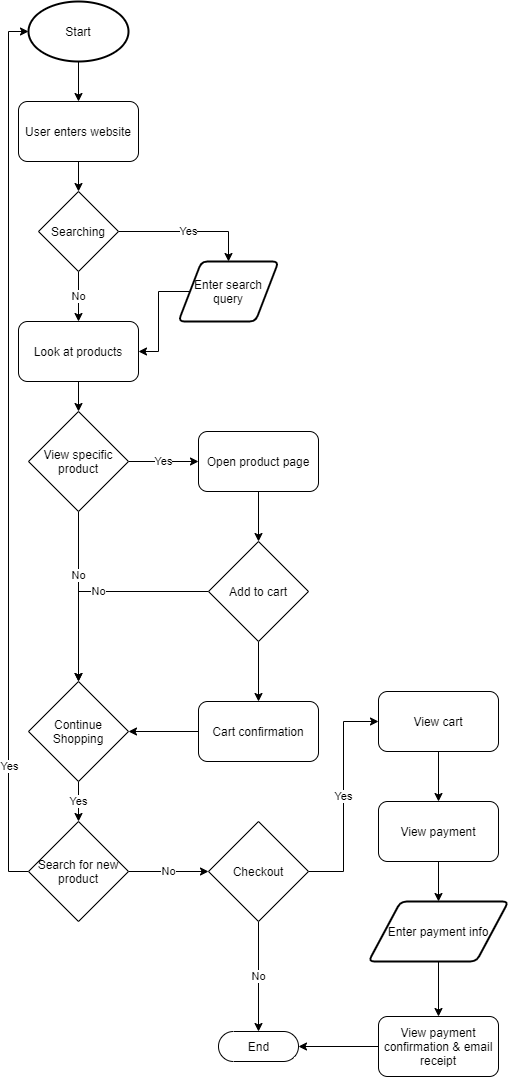
Before: part2/part2.drawio.png, a diagram exported from draw.io (bkwong315/sp21-cse110-lab4). Source tidied: cells renumbered, new cells last; positions are measured from the earlier drawing's top-left corner, leaving out a move shared by most shapes.
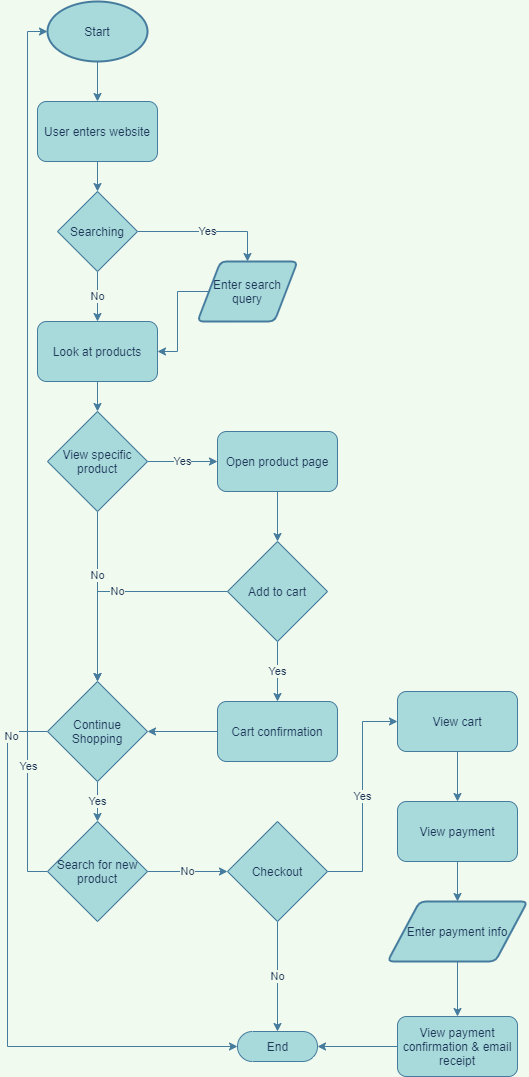
The same diagram one commit later.

The edit, as a diff of the source:
```diff
@@ -1,82 +1,93 @@
-<mxGraphModel>
+<mxGraphModel background="#F1FAEE">
   <root>
     <mxCell id="0" />
     <mxCell id="1" parent="0" />
-    <mxCell id="2" style="edgeStyle=orthogonalEdgeStyle;rounded=0;jettySize=auto;html=1;" parent="1" edge="1" source="3" target="5">
+    <mxCell id="2" style="edgeStyle=orthogonalEdgeStyle;rounded=0;jettySize=auto;html=1;labelBackgroundColor=#F1FAEE;strokeColor=#457B9D;fontColor=#1D3557;" parent="1" edge="1" source="3" target="5">
       <mxGeometry relative="1" as="geometry" />
     </mxCell>
-    <mxCell id="3" value="Start" style="strokeWidth=2;html=1;shape=mxgraph.flowchart.start_1;whiteSpace=wrap;" parent="1" vertex="1">
+    <mxCell id="3" value="Start" style="strokeWidth=2;html=1;shape=mxgraph.flowchart.start_1;whiteSpace=wrap;fillColor=#A8DADC;strokeColor=#457B9D;fontColor=#1D3557;" parent="1" vertex="1">
       <mxGeometry x="20" width="100" height="60" as="geometry" />
     </mxCell>
-    <mxCell id="4" style="edgeStyle=orthogonalEdgeStyle;rounded=0;jettySize=auto;html=1;" parent="1" edge="1" source="5" target="8">
+    <mxCell id="4" style="edgeStyle=orthogonalEdgeStyle;rounded=0;jettySize=auto;html=1;labelBackgroundColor=#F1FAEE;strokeColor=#457B9D;fontColor=#1D3557;" parent="1" edge="1" source="5" target="8">
       <mxGeometry relative="1" as="geometry" />
     </mxCell>
-    <mxCell id="5" value="User enters website" style="rounded=1;whiteSpace=wrap;html=1;" parent="1" vertex="1">
+    <mxCell id="5" value="User enters website" style="rounded=1;whiteSpace=wrap;html=1;fillColor=#A8DADC;strokeColor=#457B9D;fontColor=#1D3557;" parent="1" vertex="1">
       <mxGeometry x="10" y="100" width="120" height="60" as="geometry" />
     </mxCell>
-    <mxCell id="6" value="Yes" style="edgeStyle=orthogonalEdgeStyle;rounded=0;jettySize=auto;html=1;entryX=0.5;entryY=0;entryDx=0;entryDy=0;" parent="1" edge="1" source="8" target="10">
+    <mxCell id="6" value="Yes" style="edgeStyle=orthogonalEdgeStyle;rounded=0;jettySize=auto;html=1;entryX=0.5;entryY=0;entryDx=0;entryDy=0;labelBackgroundColor=#F1FAEE;strokeColor=#457B9D;fontColor=#1D3557;" parent="1" edge="1" source="8" target="10">
       <mxGeometry relative="1" as="geometry" />
     </mxCell>
-    <mxCell id="7" value="No" style="edgeStyle=orthogonalEdgeStyle;rounded=0;jettySize=auto;html=1;" parent="1" edge="1" source="8" target="12">
+    <mxCell id="7" value="No" style="edgeStyle=orthogonalEdgeStyle;rounded=0;jettySize=auto;html=1;labelBackgroundColor=#F1FAEE;strokeColor=#457B9D;fontColor=#1D3557;" parent="1" edge="1" source="8" target="12">
       <mxGeometry relative="1" as="geometry" />
     </mxCell>
-    <mxCell id="8" value="Searching" style="rhombus;whiteSpace=wrap;html=1;" parent="1" vertex="1">
+    <mxCell id="8" value="Searching" style="rhombus;whiteSpace=wrap;html=1;fillColor=#A8DADC;strokeColor=#457B9D;fontColor=#1D3557;" parent="1" vertex="1">
       <mxGeometry x="30" y="190" width="80" height="80" as="geometry" />
     </mxCell>
-    <mxCell id="9" style="edgeStyle=orthogonalEdgeStyle;rounded=0;jettySize=auto;html=1;entryX=1;entryY=0.5;entryDx=0;entryDy=0;" parent="1" edge="1" source="10" target="12">
+    <mxCell id="9" style="edgeStyle=orthogonalEdgeStyle;rounded=0;jettySize=auto;html=1;entryX=1;entryY=0.5;entryDx=0;entryDy=0;labelBackgroundColor=#F1FAEE;strokeColor=#457B9D;fontColor=#1D3557;" parent="1" edge="1" source="10" target="12">
       <mxGeometry relative="1" as="geometry" />
     </mxCell>
-    <mxCell id="10" value="Enter search query" style="shape=parallelogram;html=1;strokeWidth=2;perimeter=parallelogramPerimeter;whiteSpace=wrap;rounded=1;arcSize=12;size=0.23;" parent="1" vertex="1">
+    <mxCell id="10" value="Enter search query" style="shape=parallelogram;html=1;strokeWidth=2;perimeter=parallelogramPerimeter;whiteSpace=wrap;rounded=1;arcSize=12;size=0.23;fillColor=#A8DADC;strokeColor=#457B9D;fontColor=#1D3557;" parent="1" vertex="1">
       <mxGeometry x="170" y="260" width="100" height="60" as="geometry" />
     </mxCell>
-    <mxCell id="11" style="edgeStyle=orthogonalEdgeStyle;rounded=0;jettySize=auto;html=1;" parent="1" edge="1" source="12" target="16">
+    <mxCell id="11" style="edgeStyle=orthogonalEdgeStyle;rounded=0;jettySize=auto;html=1;labelBackgroundColor=#F1FAEE;strokeColor=#457B9D;fontColor=#1D3557;" parent="1" edge="1" source="12" target="16">
       <mxGeometry relative="1" as="geometry" />
     </mxCell>
-    <mxCell id="12" value="Look at products" style="rounded=1;whiteSpace=wrap;html=1;" parent="1" vertex="1">
+    <mxCell id="12" value="Look at products" style="rounded=1;whiteSpace=wrap;html=1;fillColor=#A8DADC;strokeColor=#457B9D;fontColor=#1D3557;" parent="1" vertex="1">
       <mxGeometry x="10" y="320" width="120" height="60" as="geometry" />
     </mxCell>
-    <mxCell id="13" value="Yes" style="edgeStyle=orthogonalEdgeStyle;rounded=0;jettySize=auto;html=1;" parent="1" edge="1" source="16">
+    <mxCell id="13" value="Yes" style="edgeStyle=orthogonalEdgeStyle;rounded=0;jettySize=auto;html=1;labelBackgroundColor=#F1FAEE;strokeColor=#457B9D;fontColor=#1D3557;" parent="1" edge="1" source="16">
       <mxGeometry relative="1" as="geometry">
         <mxPoint x="190" y="460" as="targetPoint" />
       </mxGeometry>
     </mxCell>
-    <mxCell id="14" style="edgeStyle=orthogonalEdgeStyle;rounded=0;jettySize=auto;html=1;" parent="1" edge="1" source="16" target="23">
+    <mxCell id="14" style="edgeStyle=orthogonalEdgeStyle;rounded=0;jettySize=auto;html=1;labelBackgroundColor=#F1FAEE;strokeColor=#457B9D;fontColor=#1D3557;" parent="1" edge="1" source="16" target="23">
       <mxGeometry relative="1" as="geometry" />
     </mxCell>
-    <mxCell id="15" value="No" style="edgeLabel;html=1;align=center;verticalAlign=middle;" parent="14" vertex="1">
+    <mxCell id="15" value="No" style="edgeLabel;html=1;align=center;verticalAlign=middle;labelBackgroundColor=#F1FAEE;fontColor=#1D3557;" parent="14" vertex="1">
       <mxGeometry x="-0.26" y="-1" relative="1" as="geometry" />
     </mxCell>
-    <mxCell id="16" value="View specific product" style="rhombus;whiteSpace=wrap;html=1;" parent="1" vertex="1">
+    <mxCell id="16" value="View specific product" style="rhombus;whiteSpace=wrap;html=1;fillColor=#A8DADC;strokeColor=#457B9D;fontColor=#1D3557;" parent="1" vertex="1">
       <mxGeometry x="20" y="410" width="100" height="100" as="geometry" />
     </mxCell>
-    <mxCell id="17" style="edgeStyle=orthogonalEdgeStyle;rounded=0;jettySize=auto;html=1;" parent="1" edge="1" source="18" target="21">
+    <mxCell id="17" style="edgeStyle=orthogonalEdgeStyle;rounded=0;jettySize=auto;html=1;labelBackgroundColor=#F1FAEE;strokeColor=#457B9D;fontColor=#1D3557;" parent="1" edge="1" source="18" target="21">
       <mxGeometry relative="1" as="geometry" />
     </mxCell>
-    <mxCell id="18" value="Open product page" style="rounded=1;whiteSpace=wrap;html=1;" parent="1" vertex="1">
+    <mxCell id="18" value="Open product page" style="rounded=1;whiteSpace=wrap;html=1;fillColor=#A8DADC;strokeColor=#457B9D;fontColor=#1D3557;" parent="1" vertex="1">
       <mxGeometry x="190" y="430" width="120" height="60" as="geometry" />
     </mxCell>
-    <mxCell id="19" value="No" style="edgeStyle=orthogonalEdgeStyle;rounded=0;jettySize=auto;html=1;entryX=0.5;entryY=0;entryDx=0;entryDy=0;" parent="1" edge="1" source="21" target="23">
+    <mxCell id="19" value="No" style="edgeStyle=orthogonalEdgeStyle;rounded=0;jettySize=auto;html=1;entryX=0.5;entryY=0;entryDx=0;entryDy=0;labelBackgroundColor=#F1FAEE;strokeColor=#457B9D;fontColor=#1D3557;" parent="1" edge="1" source="21" target="23">
       <mxGeometry relative="1" as="geometry" />
     </mxCell>
-    <mxCell id="20" style="edgeStyle=orthogonalEdgeStyle;rounded=0;jettySize=auto;html=1;entryX=0.5;entryY=0;entryDx=0;entryDy=0;" parent="1" edge="1" source="21" target="25">
+    <mxCell id="20" value="Yes" style="edgeStyle=orthogonalEdgeStyle;rounded=0;jettySize=auto;html=1;entryX=0.5;entryY=0;entryDx=0;entryDy=0;labelBackgroundColor=#F1FAEE;strokeColor=#457B9D;fontColor=#1D3557;" parent="1" edge="1" source="21" target="25">
       <mxGeometry relative="1" as="geometry" />
     </mxCell>
-    <mxCell id="21" value="Add to cart" style="rhombus;whiteSpace=wrap;html=1;" parent="1" vertex="1">
+    <mxCell id="21" value="Add to cart" style="rhombus;whiteSpace=wrap;html=1;fillColor=#A8DADC;strokeColor=#457B9D;fontColor=#1D3557;" parent="1" vertex="1">
       <mxGeometry x="200" y="540" width="100" height="100" as="geometry" />
     </mxCell>
-    <mxCell id="22" value="Yes" style="edgeStyle=orthogonalEdgeStyle;rounded=0;jettySize=auto;html=1;entryX=0.5;entryY=0;entryDx=0;entryDy=0;" parent="1" edge="1" source="23" target="29">
+    <mxCell id="22" value="Yes" style="edgeStyle=orthogonalEdgeStyle;rounded=0;jettySize=auto;html=1;entryX=0.5;entryY=0;entryDx=0;entryDy=0;labelBackgroundColor=#F1FAEE;strokeColor=#457B9D;fontColor=#1D3557;" parent="1" edge="1" source="23" target="29">
       <mxGeometry relative="1" as="geometry" />
     </mxCell>
+    <mxCell id="42" style="edgeStyle=orthogonalEdgeStyle;rounded=0;jettySize=auto;html=1;exitX=0;exitY=0.5;exitDx=0;exitDy=0;entryX=0;entryY=0.5;entryDx=0;entryDy=0;entryPerimeter=0;labelBackgroundColor=#F1FAEE;strokeColor=#457B9D;fontColor=#1D3557;" parent="1" edge="1" source="23" target="30">
+      <mxGeometry relative="1" as="geometry">
+        <Array as="points">
+          <mxPoint x="-20" y="730" />
+          <mxPoint x="-20" y="1045" />
+        </Array>
+      </mxGeometry>
+    </mxCell>
+    <mxCell id="43" value="No" style="edgeLabel;html=1;align=center;verticalAlign=middle;labelBackgroundColor=#F1FAEE;fontColor=#1D3557;" parent="42" vertex="1">
+      <mxGeometry x="-0.85" y="3" relative="1" as="geometry" />
+    </mxCell>
-    <mxCell id="23" value="Continue Shopping" style="rhombus;whiteSpace=wrap;html=1;" parent="1" vertex="1">
+    <mxCell id="23" value="Continue Shopping" style="rhombus;whiteSpace=wrap;html=1;fillColor=#A8DADC;strokeColor=#457B9D;fontColor=#1D3557;" parent="1" vertex="1">
       <mxGeometry x="20" y="680" width="100" height="100" as="geometry" />
     </mxCell>
-    <mxCell id="24" style="edgeStyle=orthogonalEdgeStyle;rounded=0;jettySize=auto;html=1;entryX=1;entryY=0.5;entryDx=0;entryDy=0;" parent="1" edge="1" source="25" target="23">
+    <mxCell id="24" style="edgeStyle=orthogonalEdgeStyle;rounded=0;jettySize=auto;html=1;entryX=1;entryY=0.5;entryDx=0;entryDy=0;labelBackgroundColor=#F1FAEE;strokeColor=#457B9D;fontColor=#1D3557;" parent="1" edge="1" source="25" target="23">
       <mxGeometry relative="1" as="geometry" />
     </mxCell>
-    <mxCell id="25" value="Cart confirmation" style="rounded=1;whiteSpace=wrap;html=1;" parent="1" vertex="1">
+    <mxCell id="25" value="Cart confirmation" style="rounded=1;whiteSpace=wrap;html=1;fillColor=#A8DADC;strokeColor=#457B9D;fontColor=#1D3557;" parent="1" vertex="1">
       <mxGeometry x="190" y="700" width="120" height="60" as="geometry" />
     </mxCell>
-    <mxCell id="26" style="edgeStyle=orthogonalEdgeStyle;rounded=0;jettySize=auto;html=1;exitX=0;exitY=0.5;exitDx=0;exitDy=0;entryX=0;entryY=0.5;entryDx=0;entryDy=0;entryPerimeter=0;" parent="1" edge="1" source="29" target="3">
+    <mxCell id="26" style="edgeStyle=orthogonalEdgeStyle;rounded=0;jettySize=auto;html=1;exitX=0;exitY=0.5;exitDx=0;exitDy=0;entryX=0;entryY=0.5;entryDx=0;entryDy=0;entryPerimeter=0;labelBackgroundColor=#F1FAEE;strokeColor=#457B9D;fontColor=#1D3557;" parent="1" edge="1" source="29" target="3">
       <mxGeometry relative="1" as="geometry">
         <Array as="points">
           <mxPoint y="870" />
@@ -84,49 +95,49 @@
         </Array>
       </mxGeometry>
     </mxCell>
-    <mxCell id="27" value="Yes" style="edgeLabel;html=1;align=center;verticalAlign=middle;" parent="26" vertex="1">
+    <mxCell id="27" value="Yes" style="edgeLabel;html=1;align=center;verticalAlign=middle;labelBackgroundColor=#F1FAEE;fontColor=#1D3557;" parent="26" vertex="1">
       <mxGeometry x="-0.71" relative="1" as="geometry" />
     </mxCell>
-    <mxCell id="28" value="No" style="edgeStyle=orthogonalEdgeStyle;rounded=0;jettySize=auto;html=1;entryX=0;entryY=0.5;entryDx=0;entryDy=0;" parent="1" edge="1" source="29" target="33">
+    <mxCell id="28" value="No" style="edgeStyle=orthogonalEdgeStyle;rounded=0;jettySize=auto;html=1;entryX=0;entryY=0.5;entryDx=0;entryDy=0;labelBackgroundColor=#F1FAEE;strokeColor=#457B9D;fontColor=#1D3557;" parent="1" edge="1" source="29" target="33">
       <mxGeometry relative="1" as="geometry" />
     </mxCell>
-    <mxCell id="29" value="Search for new product" style="rhombus;whiteSpace=wrap;html=1;" parent="1" vertex="1">
+    <mxCell id="29" value="Search for new product" style="rhombus;whiteSpace=wrap;html=1;fillColor=#A8DADC;strokeColor=#457B9D;fontColor=#1D3557;" parent="1" vertex="1">
       <mxGeometry x="20" y="820" width="100" height="100" as="geometry" />
     </mxCell>
-    <mxCell id="30" value="End" style="html=1;dashed=0;whitespace=wrap;shape=mxgraph.dfd.start;" parent="1" vertex="1">
+    <mxCell id="30" value="End" style="html=1;dashed=0;whitespace=wrap;shape=mxgraph.dfd.start;fillColor=#A8DADC;strokeColor=#457B9D;fontColor=#1D3557;" parent="1" vertex="1">
       <mxGeometry x="210" y="1030" width="80" height="30" as="geometry" />
     </mxCell>
-    <mxCell id="31" value="No" style="edgeStyle=orthogonalEdgeStyle;rounded=0;jettySize=auto;html=1;entryX=0.5;entryY=0.5;entryDx=0;entryDy=-15;entryPerimeter=0;" parent="1" edge="1" source="33" target="30">
+    <mxCell id="31" value="No" style="edgeStyle=orthogonalEdgeStyle;rounded=0;jettySize=auto;html=1;entryX=0.5;entryY=0.5;entryDx=0;entryDy=-15;entryPerimeter=0;labelBackgroundColor=#F1FAEE;strokeColor=#457B9D;fontColor=#1D3557;" parent="1" edge="1" source="33" target="30">
       <mxGeometry relative="1" as="geometry" />
     </mxCell>
-    <mxCell id="32" value="Yes" style="edgeStyle=orthogonalEdgeStyle;rounded=0;jettySize=auto;html=1;entryX=0;entryY=0.5;entryDx=0;entryDy=0;" parent="1" edge="1" source="33" target="35">
+    <mxCell id="32" value="Yes" style="edgeStyle=orthogonalEdgeStyle;rounded=0;jettySize=auto;html=1;entryX=0;entryY=0.5;entryDx=0;entryDy=0;labelBackgroundColor=#F1FAEE;strokeColor=#457B9D;fontColor=#1D3557;" parent="1" edge="1" source="33" target="35">
       <mxGeometry relative="1" as="geometry" />
     </mxCell>
-    <mxCell id="33" value="Checkout" style="rhombus;whiteSpace=wrap;html=1;" parent="1" vertex="1">
+    <mxCell id="33" value="Checkout" style="rhombus;whiteSpace=wrap;html=1;fillColor=#A8DADC;strokeColor=#457B9D;fontColor=#1D3557;" parent="1" vertex="1">
       <mxGeometry x="200" y="820" width="100" height="100" as="geometry" />
     </mxCell>
-    <mxCell id="34" style="edgeStyle=orthogonalEdgeStyle;rounded=0;jettySize=auto;html=1;entryX=0.5;entryY=0;entryDx=0;entryDy=0;" parent="1" edge="1" source="35" target="37">
+    <mxCell id="34" style="edgeStyle=orthogonalEdgeStyle;rounded=0;jettySize=auto;html=1;entryX=0.5;entryY=0;entryDx=0;entryDy=0;labelBackgroundColor=#F1FAEE;strokeColor=#457B9D;fontColor=#1D3557;" parent="1" edge="1" source="35" target="37">
       <mxGeometry relative="1" as="geometry" />
     </mxCell>
-    <mxCell id="35" value="View cart" style="rounded=1;whiteSpace=wrap;html=1;" parent="1" vertex="1">
+    <mxCell id="35" value="View cart" style="rounded=1;whiteSpace=wrap;html=1;fillColor=#A8DADC;strokeColor=#457B9D;fontColor=#1D3557;" parent="1" vertex="1">
       <mxGeometry x="370" y="690" width="120" height="60" as="geometry" />
     </mxCell>
-    <mxCell id="36" style="edgeStyle=orthogonalEdgeStyle;rounded=0;jettySize=auto;html=1;entryX=0.5;entryY=0;entryDx=0;entryDy=0;" parent="1" edge="1" source="37" target="39">
+    <mxCell id="36" style="edgeStyle=orthogonalEdgeStyle;rounded=0;jettySize=auto;html=1;entryX=0.5;entryY=0;entryDx=0;entryDy=0;labelBackgroundColor=#F1FAEE;strokeColor=#457B9D;fontColor=#1D3557;" parent="1" edge="1" source="37" target="39">
       <mxGeometry relative="1" as="geometry" />
     </mxCell>
-    <mxCell id="37" value="View payment" style="rounded=1;whiteSpace=wrap;html=1;" parent="1" vertex="1">
+    <mxCell id="37" value="View payment" style="rounded=1;whiteSpace=wrap;html=1;fillColor=#A8DADC;strokeColor=#457B9D;fontColor=#1D3557;" parent="1" vertex="1">
       <mxGeometry x="370" y="800" width="120" height="60" as="geometry" />
     </mxCell>
-    <mxCell id="38" style="edgeStyle=orthogonalEdgeStyle;rounded=0;jettySize=auto;html=1;entryX=0.5;entryY=0;entryDx=0;entryDy=0;" parent="1" edge="1" source="39" target="41">
+    <mxCell id="38" style="edgeStyle=orthogonalEdgeStyle;rounded=0;jettySize=auto;html=1;entryX=0.5;entryY=0;entryDx=0;entryDy=0;labelBackgroundColor=#F1FAEE;strokeColor=#457B9D;fontColor=#1D3557;" parent="1" edge="1" source="39" target="41">
       <mxGeometry relative="1" as="geometry" />
     </mxCell>
-    <mxCell id="39" value="Enter payment info" style="shape=parallelogram;html=1;strokeWidth=2;perimeter=parallelogramPerimeter;whiteSpace=wrap;rounded=1;arcSize=12;size=0.23;" parent="1" vertex="1">
+    <mxCell id="39" value="Enter payment info" style="shape=parallelogram;html=1;strokeWidth=2;perimeter=parallelogramPerimeter;whiteSpace=wrap;rounded=1;arcSize=12;size=0.23;fillColor=#A8DADC;strokeColor=#457B9D;fontColor=#1D3557;" parent="1" vertex="1">
       <mxGeometry x="360" y="900" width="140" height="60" as="geometry" />
     </mxCell>
-    <mxCell id="40" style="edgeStyle=orthogonalEdgeStyle;rounded=0;jettySize=auto;html=1;entryX=1;entryY=0.5;entryDx=0;entryDy=0;entryPerimeter=0;" parent="1" edge="1" source="41" target="30">
+    <mxCell id="40" style="edgeStyle=orthogonalEdgeStyle;rounded=0;jettySize=auto;html=1;entryX=1;entryY=0.5;entryDx=0;entryDy=0;entryPerimeter=0;labelBackgroundColor=#F1FAEE;strokeColor=#457B9D;fontColor=#1D3557;" parent="1" edge="1" source="41" target="30">
       <mxGeometry relative="1" as="geometry" />
     </mxCell>
-    <mxCell id="41" value="View payment confirmation &amp;amp; email receipt" style="rounded=1;whiteSpace=wrap;html=1;" parent="1" vertex="1">
+    <mxCell id="41" value="View payment confirmation &amp;amp; email receipt" style="rounded=1;whiteSpace=wrap;html=1;fillColor=#A8DADC;strokeColor=#457B9D;fontColor=#1D3557;" parent="1" vertex="1">
       <mxGeometry x="370" y="1015" width="120" height="60" as="geometry" />
     </mxCell>
   </root>
```
